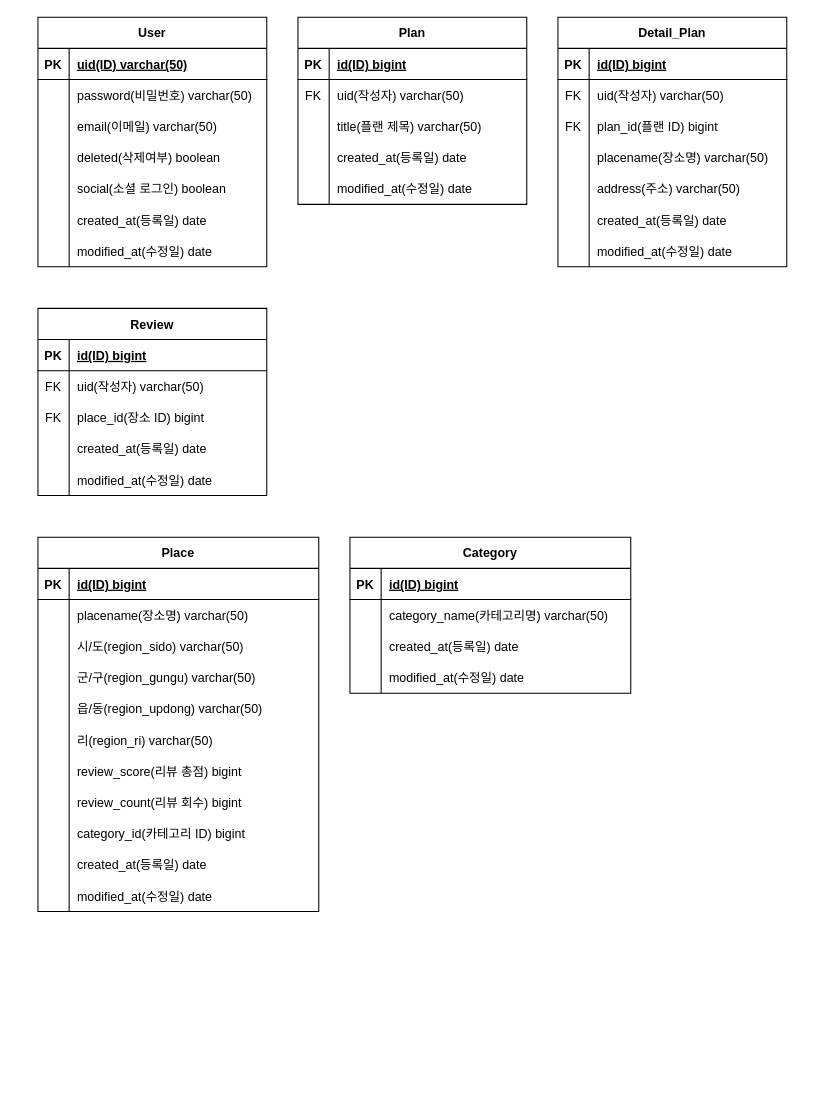
Earlier version of the draw.io diagram document/ERD.drawio (mrcocoball/cocoball-store). Source tidied: cells renumbered, new cells numbered last; positions are measured from the earlier drawing's top-left corner, leaving out a move shared by most shapes. Both pictures are drawn from the tidied source at 104%, with x=0, y=0 at pixel (37, 17).
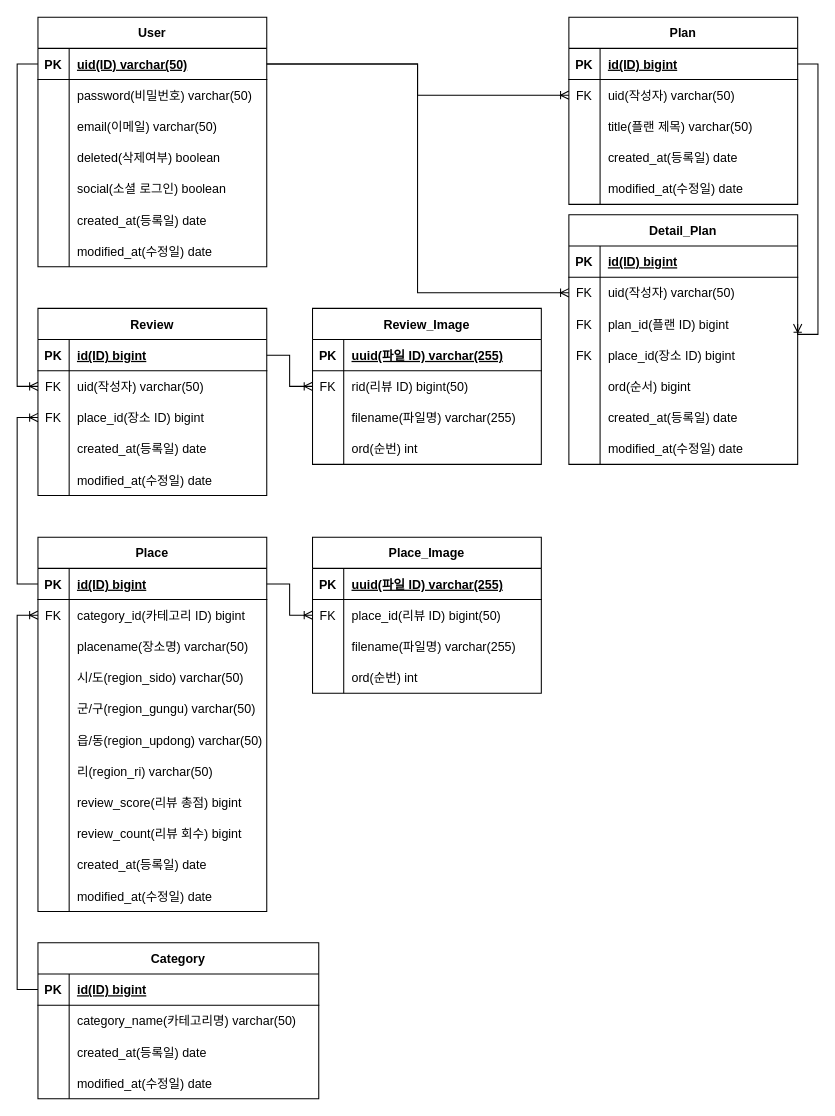
After the change.

Unchanged cells that the change refers to:
```xml
<mxCell id="3" style="shape=tableRow;horizontal=0;startSize=0;swimlaneHead=0;swimlaneBody=0;fillColor=none;points=[[0,0.5],[1,0.5]];portConstraint=eastwest;top=0;left=0;right=0;bottom=1;" parent="2" vertex="1">
  <mxGeometry y="30" width="220" height="30" as="geometry" />
</mxCell>
<mxCell id="25" style="shape=tableRow;horizontal=0;startSize=0;swimlaneHead=0;swimlaneBody=0;fillColor=none;points=[[0,0.5],[1,0.5]];portConstraint=eastwest;top=0;left=0;right=0;bottom=1;" parent="24" vertex="1">
  <mxGeometry y="30" width="220" height="30" as="geometry" />
</mxCell>
<mxCell id="28" style="shape=tableRow;horizontal=0;startSize=0;swimlaneHead=0;swimlaneBody=0;fillColor=none;points=[[0,0.5],[1,0.5]];portConstraint=eastwest;top=0;left=0;right=0;bottom=0;" parent="24" vertex="1">
  <mxGeometry y="60" width="220" height="30" as="geometry" />
</mxCell>
<mxCell id="44" style="shape=tableRow;horizontal=0;startSize=0;swimlaneHead=0;swimlaneBody=0;fillColor=none;points=[[0,0.5],[1,0.5]];portConstraint=eastwest;top=0;left=0;right=0;bottom=0;" parent="40" vertex="1">
  <mxGeometry y="60" width="220" height="30" as="geometry" />
</mxCell>
<mxCell id="47" style="shape=tableRow;horizontal=0;startSize=0;swimlaneHead=0;swimlaneBody=0;fillColor=none;points=[[0,0.5],[1,0.5]];portConstraint=eastwest;top=0;left=0;right=0;bottom=0;" parent="40" vertex="1">
  <mxGeometry y="90" width="220" height="30" as="geometry" />
</mxCell>
<mxCell id="50" style="shape=tableRow;horizontal=0;startSize=0;swimlaneHead=0;swimlaneBody=0;fillColor=none;top=0;left=0;right=0;bottom=0;" parent="40" vertex="1">
  <mxGeometry y="120" width="220" height="30" as="geometry" />
</mxCell>
<mxCell id="53" style="shape=tableRow;horizontal=0;startSize=0;swimlaneHead=0;swimlaneBody=0;fillColor=none;top=0;left=0;right=0;bottom=0;" parent="40" vertex="1">
  <mxGeometry y="150" width="220" height="30" as="geometry" />
</mxCell>
<mxCell id="97" style="shape=tableRow;horizontal=0;startSize=0;swimlaneHead=0;swimlaneBody=0;fillColor=none;points=[[0,0.5],[1,0.5]];portConstraint=eastwest;top=0;left=0;right=0;bottom=1;" parent="96" vertex="1">
  <mxGeometry y="30" width="220" height="30" as="geometry" />
</mxCell>
<mxCell id="100" style="shape=tableRow;horizontal=0;startSize=0;swimlaneHead=0;swimlaneBody=0;fillColor=none;points=[[0,0.5],[1,0.5]];portConstraint=eastwest;top=0;left=0;right=0;bottom=0;" parent="96" vertex="1">
  <mxGeometry y="60" width="220" height="30" as="geometry" />
</mxCell>
<mxCell id="103" style="shape=tableRow;horizontal=0;startSize=0;swimlaneHead=0;swimlaneBody=0;fillColor=none;points=[[0,0.5],[1,0.5]];portConstraint=eastwest;top=0;left=0;right=0;bottom=0;" parent="96" vertex="1">
  <mxGeometry y="90" width="220" height="30" as="geometry" />
</mxCell>
<mxCell id="113" style="shape=tableRow;horizontal=0;startSize=0;swimlaneHead=0;swimlaneBody=0;fillColor=none;points=[[0,0.5],[1,0.5]];portConstraint=eastwest;top=0;left=0;right=0;bottom=1;" parent="112" vertex="1">
  <mxGeometry y="30" width="270" height="30" as="geometry" />
</mxCell>
```

Change to the diagram source:
```diff
@@
     <mxCell id="24" value="Plan" style="shape=table;startSize=30;childLayout=tableLayout;rowLines=0;fontStyle=1;align=center;" parent="1" vertex="1">
-      <mxGeometry x="250" width="220" height="180" as="geometry" />
+      <mxGeometry x="510.5" width="220" height="180" as="geometry" />
     </mxCell>
@@
     <mxCell id="40" value="Detail_Plan" style="shape=table;startSize=30;childLayout=tableLayout;rowLines=0;fontStyle=1;align=center;" parent="1" vertex="1">
-      <mxGeometry x="500" width="220" height="240" as="geometry" />
+      <mxGeometry x="510.5" y="190" width="220" height="240" as="geometry" />
     </mxCell>
@@
-    <mxCell id="51" style="shape=partialRectangle;fillColor=none;top=0;left=0;bottom=0;right=0;overflow=hidden;" parent="50" vertex="1">
+    <mxCell id="51" value="FK" style="shape=partialRectangle;fillColor=none;top=0;left=0;bottom=0;right=0;overflow=hidden;" parent="50" vertex="1">
       <mxGeometry width="30" height="30" as="geometry" />
     </mxCell>
-    <mxCell id="52" value="placename(장소명) varchar(50)" style="shape=partialRectangle;fillColor=none;top=0;left=0;bottom=0;right=0;align=left;spacingLeft=6;overflow=hidden;" parent="50" vertex="1">
+    <mxCell id="52" value="place_id(장소 ID) bigint" style="shape=partialRectangle;fillColor=none;top=0;left=0;bottom=0;right=0;align=left;spacingLeft=6;overflow=hidden;" parent="50" vertex="1">
       <mxGeometry x="30" width="190" height="30" as="geometry" />
     </mxCell>
@@
-    <mxCell id="54" style="shape=partialRectangle;fillColor=none;top=0;left=0;bottom=0;right=0;overflow=hidden;" parent="53" vertex="1">
-      <mxGeometry width="30" height="30" as="geometry" />
-    </mxCell>
-    <mxCell id="55" value="address(주소) varchar(50)" style="shape=partialRectangle;fillColor=none;top=0;left=0;bottom=0;right=0;align=left;spacingLeft=6;overflow=hidden;" parent="53" vertex="1">
-      <mxGeometry x="30" width="190" height="30" as="geometry" />
-    </mxCell>
+    <mxCell id="125" style="shape=partialRectangle;fillColor=none;top=0;left=0;bottom=0;right=0;overflow=hidden;" parent="53" vertex="1">
+      <mxGeometry width="30" height="30" as="geometry" />
+    </mxCell>
+    <mxCell id="126" value="ord(순서) bigint" style="shape=partialRectangle;fillColor=none;top=0;left=0;bottom=0;right=0;align=left;spacingLeft=6;overflow=hidden;" parent="53" vertex="1">
+      <mxGeometry x="30" width="190" height="30" as="geometry" />
+    </mxCell>
@@
     <mxCell id="62" value="Place" style="shape=table;startSize=30;childLayout=tableLayout;rowLines=0;fontStyle=1;align=center;" parent="1" vertex="1">
-      <mxGeometry y="500" width="270" height="360" as="geometry" />
+      <mxGeometry y="500" width="220" height="360" as="geometry" />
     </mxCell>
     <mxCell id="63" style="shape=tableRow;horizontal=0;startSize=0;swimlaneHead=0;swimlaneBody=0;fillColor=none;points=[[0,0.5],[1,0.5]];portConstraint=eastwest;top=0;left=0;right=0;bottom=1;" parent="62" vertex="1">
-      <mxGeometry y="30" width="270" height="30" as="geometry" />
+      <mxGeometry y="30" width="220" height="30" as="geometry" />
     </mxCell>
@@
     <mxCell id="65" value="id(ID) bigint" style="shape=partialRectangle;fillColor=none;top=0;left=0;bottom=0;right=0;align=left;spacingLeft=6;fontStyle=5;overflow=hidden;" parent="63" vertex="1">
-      <mxGeometry x="30" width="240" height="30" as="geometry" />
+      <mxGeometry x="30" width="190" height="30" as="geometry" />
     </mxCell>
     <mxCell id="66" style="shape=tableRow;horizontal=0;startSize=0;swimlaneHead=0;swimlaneBody=0;fillColor=none;points=[[0,0.5],[1,0.5]];portConstraint=eastwest;top=0;left=0;right=0;bottom=0;" parent="62" vertex="1">
-      <mxGeometry y="60" width="270" height="30" as="geometry" />
+      <mxGeometry y="60" width="220" height="30" as="geometry" />
     </mxCell>
-    <mxCell id="67" style="shape=partialRectangle;fillColor=none;top=0;left=0;bottom=0;right=0;overflow=hidden;" parent="66" vertex="1">
+    <mxCell id="67" value="FK" style="shape=partialRectangle;fillColor=none;top=0;left=0;bottom=0;right=0;overflow=hidden;" parent="66" vertex="1">
       <mxGeometry width="30" height="30" as="geometry" />
     </mxCell>
-    <mxCell id="68" value="placename(장소명) varchar(50)" style="shape=partialRectangle;fillColor=none;top=0;left=0;bottom=0;right=0;align=left;spacingLeft=6;overflow=hidden;" parent="66" vertex="1">
-      <mxGeometry x="30" width="240" height="30" as="geometry" />
+    <mxCell id="68" value="category_id(카테고리 ID) bigint" style="shape=partialRectangle;fillColor=none;top=0;left=0;bottom=0;right=0;align=left;spacingLeft=6;overflow=hidden;" parent="66" vertex="1">
+      <mxGeometry x="30" width="190" height="30" as="geometry" />
     </mxCell>
+    <mxCell id="127" style="shape=tableRow;horizontal=0;startSize=0;swimlaneHead=0;swimlaneBody=0;fillColor=none;top=0;left=0;right=0;bottom=0;" parent="62" vertex="1">
+      <mxGeometry y="90" width="220" height="30" as="geometry" />
+    </mxCell>
+    <mxCell id="128" style="shape=partialRectangle;fillColor=none;top=0;left=0;bottom=0;right=0;overflow=hidden;" parent="127" vertex="1">
+      <mxGeometry width="30" height="30" as="geometry" />
+    </mxCell>
+    <mxCell id="129" value="placename(장소명) varchar(50)" style="shape=partialRectangle;fillColor=none;top=0;left=0;bottom=0;right=0;align=left;spacingLeft=6;overflow=hidden;" parent="127" vertex="1">
+      <mxGeometry x="30" width="190" height="30" as="geometry" />
+    </mxCell>
     <mxCell id="69" style="shape=tableRow;horizontal=0;startSize=0;swimlaneHead=0;swimlaneBody=0;fillColor=none;top=0;left=0;right=0;bottom=0;" parent="62" vertex="1">
-      <mxGeometry y="90" width="270" height="30" as="geometry" />
+      <mxGeometry y="120" width="220" height="30" as="geometry" />
     </mxCell>
@@
     <mxCell id="71" value="시/도(region_sido) varchar(50)" style="shape=partialRectangle;fillColor=none;top=0;left=0;bottom=0;right=0;align=left;spacingLeft=6;overflow=hidden;" parent="69" vertex="1">
-      <mxGeometry x="30" width="240" height="30" as="geometry" />
+      <mxGeometry x="30" width="190" height="30" as="geometry" />
     </mxCell>
     <mxCell id="72" style="shape=tableRow;horizontal=0;startSize=0;swimlaneHead=0;swimlaneBody=0;fillColor=none;top=0;left=0;right=0;bottom=0;" parent="62" vertex="1">
-      <mxGeometry y="120" width="270" height="30" as="geometry" />
+      <mxGeometry y="150" width="220" height="30" as="geometry" />
     </mxCell>
@@
     <mxCell id="74" value="군/구(region_gungu) varchar(50)" style="shape=partialRectangle;fillColor=none;top=0;left=0;bottom=0;right=0;align=left;spacingLeft=6;overflow=hidden;" parent="72" vertex="1">
-      <mxGeometry x="30" width="240" height="30" as="geometry" />
+      <mxGeometry x="30" width="190" height="30" as="geometry" />
     </mxCell>
     <mxCell id="75" style="shape=tableRow;horizontal=0;startSize=0;swimlaneHead=0;swimlaneBody=0;fillColor=none;top=0;left=0;right=0;bottom=0;" parent="62" vertex="1">
-      <mxGeometry y="150" width="270" height="30" as="geometry" />
+      <mxGeometry y="180" width="220" height="30" as="geometry" />
     </mxCell>
@@
     <mxCell id="77" value="읍/동(region_updong) varchar(50)" style="shape=partialRectangle;fillColor=none;top=0;left=0;bottom=0;right=0;align=left;spacingLeft=6;overflow=hidden;" parent="75" vertex="1">
-      <mxGeometry x="30" width="240" height="30" as="geometry" />
+      <mxGeometry x="30" width="190" height="30" as="geometry" />
     </mxCell>
     <mxCell id="78" style="shape=tableRow;horizontal=0;startSize=0;swimlaneHead=0;swimlaneBody=0;fillColor=none;top=0;left=0;right=0;bottom=0;" parent="62" vertex="1">
-      <mxGeometry y="180" width="270" height="30" as="geometry" />
+      <mxGeometry y="210" width="220" height="30" as="geometry" />
     </mxCell>
@@
     <mxCell id="80" value="리(region_ri) varchar(50)" style="shape=partialRectangle;fillColor=none;top=0;left=0;bottom=0;right=0;align=left;spacingLeft=6;overflow=hidden;" parent="78" vertex="1">
-      <mxGeometry x="30" width="240" height="30" as="geometry" />
+      <mxGeometry x="30" width="190" height="30" as="geometry" />
     </mxCell>
     <mxCell id="81" style="shape=tableRow;horizontal=0;startSize=0;swimlaneHead=0;swimlaneBody=0;fillColor=none;top=0;left=0;right=0;bottom=0;" parent="62" vertex="1">
-      <mxGeometry y="210" width="270" height="30" as="geometry" />
+      <mxGeometry y="240" width="220" height="30" as="geometry" />
     </mxCell>
@@
     <mxCell id="83" value="review_score(리뷰 총점) bigint" style="shape=partialRectangle;fillColor=none;top=0;left=0;bottom=0;right=0;align=left;spacingLeft=6;overflow=hidden;" parent="81" vertex="1">
-      <mxGeometry x="30" width="240" height="30" as="geometry" />
+      <mxGeometry x="30" width="190" height="30" as="geometry" />
     </mxCell>
     <mxCell id="84" style="shape=tableRow;horizontal=0;startSize=0;swimlaneHead=0;swimlaneBody=0;fillColor=none;top=0;left=0;right=0;bottom=0;" parent="62" vertex="1">
-      <mxGeometry y="240" width="270" height="30" as="geometry" />
+      <mxGeometry y="270" width="220" height="30" as="geometry" />
     </mxCell>
@@
     <mxCell id="86" value="review_count(리뷰 회수) bigint" style="shape=partialRectangle;fillColor=none;top=0;left=0;bottom=0;right=0;align=left;spacingLeft=6;overflow=hidden;" parent="84" vertex="1">
-      <mxGeometry x="30" width="240" height="30" as="geometry" />
+      <mxGeometry x="30" width="190" height="30" as="geometry" />
     </mxCell>
-    <mxCell id="87" style="shape=tableRow;horizontal=0;startSize=0;swimlaneHead=0;swimlaneBody=0;fillColor=none;top=0;left=0;right=0;bottom=0;" parent="62" vertex="1">
-      <mxGeometry y="270" width="270" height="30" as="geometry" />
-    </mxCell>
-    <mxCell id="88" style="shape=partialRectangle;fillColor=none;top=0;left=0;bottom=0;right=0;overflow=hidden;" parent="87" vertex="1">
-      <mxGeometry width="30" height="30" as="geometry" />
-    </mxCell>
-    <mxCell id="89" value="category_id(카테고리 ID) bigint" style="shape=partialRectangle;fillColor=none;top=0;left=0;bottom=0;right=0;align=left;spacingLeft=6;overflow=hidden;" parent="87" vertex="1">
-      <mxGeometry x="30" width="240" height="30" as="geometry" />
-    </mxCell>
     <mxCell id="90" style="shape=tableRow;horizontal=0;startSize=0;swimlaneHead=0;swimlaneBody=0;fillColor=none;top=0;left=0;right=0;bottom=0;" parent="62" vertex="1">
-      <mxGeometry y="300" width="270" height="30" as="geometry" />
+      <mxGeometry y="300" width="220" height="30" as="geometry" />
     </mxCell>
@@
     <mxCell id="92" value="created_at(등록일) date" style="shape=partialRectangle;fillColor=none;top=0;left=0;bottom=0;right=0;align=left;spacingLeft=6;overflow=hidden;" parent="90" vertex="1">
-      <mxGeometry x="30" width="240" height="30" as="geometry" />
+      <mxGeometry x="30" width="190" height="30" as="geometry" />
     </mxCell>
     <mxCell id="93" style="shape=tableRow;horizontal=0;startSize=0;swimlaneHead=0;swimlaneBody=0;fillColor=none;top=0;left=0;right=0;bottom=0;" parent="62" vertex="1">
-      <mxGeometry y="330" width="270" height="30" as="geometry" />
+      <mxGeometry y="330" width="220" height="30" as="geometry" />
     </mxCell>
@@
     <mxCell id="95" value="modified_at(수정일) date" style="shape=partialRectangle;fillColor=none;top=0;left=0;bottom=0;right=0;align=left;spacingLeft=6;overflow=hidden;" parent="93" vertex="1">
-      <mxGeometry x="30" width="240" height="30" as="geometry" />
+      <mxGeometry x="30" width="190" height="30" as="geometry" />
     </mxCell>
@@
     <mxCell id="112" value="Category" style="shape=table;startSize=30;childLayout=tableLayout;rowLines=0;fontStyle=1;align=center;" parent="1" vertex="1">
-      <mxGeometry x="300" y="500" width="270" height="150" as="geometry" />
+      <mxGeometry y="890" width="270" height="150" as="geometry" />
     </mxCell>
@@
+    <mxCell id="130" style="edgeStyle=elbowEdgeStyle;fontSize=12;html=1;endArrow=ERoneToMany;rounded=0;entryX=0;entryY=0.5;entryDx=0;entryDy=0;exitX=1;exitY=0.5;exitDx=0;exitDy=0;" parent="1" edge="1" source="3" target="28">
+      <mxGeometry relative="1" as="geometry" />
+    </mxCell>
+    <mxCell id="131" style="edgeStyle=orthogonalEdgeStyle;fontSize=12;html=1;endArrow=ERoneToMany;rounded=0;entryX=1;entryY=0.5;entryDx=0;entryDy=0;exitX=1;exitY=0.5;exitDx=0;exitDy=0;" parent="1" edge="1" source="25" target="47">
+      <mxGeometry relative="1" as="geometry">
+        <Array as="points">
+          <mxPoint x="750" y="45" />
+          <mxPoint x="750" y="305" />
+        </Array>
+      </mxGeometry>
+    </mxCell>
+    <mxCell id="132" style="edgeStyle=elbowEdgeStyle;fontSize=12;html=1;endArrow=ERoneToMany;rounded=0;entryX=0;entryY=0.5;entryDx=0;entryDy=0;exitX=1;exitY=0.5;exitDx=0;exitDy=0;" parent="1" edge="1" source="3" target="44">
+      <mxGeometry relative="1" as="geometry" />
+    </mxCell>
+    <mxCell id="133" style="edgeStyle=elbowEdgeStyle;fontSize=12;html=1;endArrow=ERoneToMany;rounded=0;entryX=0;entryY=0.5;entryDx=0;entryDy=0;exitX=0;exitY=0.5;exitDx=0;exitDy=0;" parent="1" edge="1" source="3" target="100">
+      <mxGeometry relative="1" as="geometry">
+        <Array as="points">
+          <mxPoint x="-20" y="190" />
+        </Array>
+      </mxGeometry>
+    </mxCell>
+    <mxCell id="134" style="edgeStyle=elbowEdgeStyle;fontSize=12;html=1;endArrow=ERoneToMany;rounded=0;entryX=0;entryY=0.5;entryDx=0;entryDy=0;exitX=0;exitY=0.5;exitDx=0;exitDy=0;" parent="1" edge="1" source="63" target="103">
+      <mxGeometry relative="1" as="geometry">
+        <Array as="points">
+          <mxPoint x="-20" y="460" />
+        </Array>
+      </mxGeometry>
+    </mxCell>
+    <mxCell id="135" style="edgeStyle=elbowEdgeStyle;fontSize=12;html=1;endArrow=ERoneToMany;rounded=0;entryX=0;entryY=0.5;entryDx=0;entryDy=0;exitX=0;exitY=0.5;exitDx=0;exitDy=0;" parent="1" edge="1" source="113" target="66">
+      <mxGeometry relative="1" as="geometry">
+        <Array as="points">
+          <mxPoint x="-20" y="750" />
+        </Array>
+      </mxGeometry>
+    </mxCell>
+    <mxCell id="136" value="Review_Image" style="shape=table;startSize=30;childLayout=tableLayout;rowLines=0;fontStyle=1;align=center;" parent="1" vertex="1">
+      <mxGeometry x="264" y="280" width="220" height="150" as="geometry" />
+    </mxCell>
+    <mxCell id="137" style="shape=tableRow;horizontal=0;startSize=0;swimlaneHead=0;swimlaneBody=0;fillColor=none;top=0;left=0;right=0;bottom=1;" parent="136" vertex="1">
+      <mxGeometry y="30" width="220" height="30" as="geometry" />
+    </mxCell>
+    <mxCell id="138" value="PK" style="shape=partialRectangle;fillColor=none;top=0;left=0;bottom=0;right=0;fontStyle=1;overflow=hidden;" parent="137" vertex="1">
+      <mxGeometry width="30" height="30" as="geometry" />
+    </mxCell>
+    <mxCell id="139" value="uuid(파일 ID) varchar(255)" style="shape=partialRectangle;fillColor=none;top=0;left=0;bottom=0;right=0;align=left;spacingLeft=6;fontStyle=5;overflow=hidden;" parent="137" vertex="1">
+      <mxGeometry x="30" width="190" height="30" as="geometry" />
+    </mxCell>
+    <mxCell id="140" style="shape=tableRow;horizontal=0;startSize=0;swimlaneHead=0;swimlaneBody=0;fillColor=none;points=[[0,0.5],[1,0.5]];portConstraint=eastwest;top=0;left=0;right=0;bottom=0;" parent="136" vertex="1">
+      <mxGeometry y="60" width="220" height="30" as="geometry" />
+    </mxCell>
+    <mxCell id="141" value="FK" style="shape=partialRectangle;fillColor=none;top=0;left=0;bottom=0;right=0;overflow=hidden;" parent="140" vertex="1">
+      <mxGeometry width="30" height="30" as="geometry" />
+    </mxCell>
+    <mxCell id="142" value="rid(리뷰 ID) bigint(50)" style="shape=partialRectangle;fillColor=none;top=0;left=0;bottom=0;right=0;align=left;spacingLeft=6;overflow=hidden;" parent="140" vertex="1">
+      <mxGeometry x="30" width="190" height="30" as="geometry" />
+    </mxCell>
+    <mxCell id="143" style="shape=tableRow;horizontal=0;startSize=0;swimlaneHead=0;swimlaneBody=0;fillColor=none;top=0;left=0;right=0;bottom=0;" parent="136" vertex="1">
+      <mxGeometry y="90" width="220" height="30" as="geometry" />
+    </mxCell>
+    <mxCell id="144" style="shape=partialRectangle;fillColor=none;top=0;left=0;bottom=0;right=0;overflow=hidden;" parent="143" vertex="1">
+      <mxGeometry width="30" height="30" as="geometry" />
+    </mxCell>
+    <mxCell id="145" value="filename(파일명) varchar(255)" style="shape=partialRectangle;fillColor=none;top=0;left=0;bottom=0;right=0;align=left;spacingLeft=6;overflow=hidden;" parent="143" vertex="1">
+      <mxGeometry x="30" width="190" height="30" as="geometry" />
+    </mxCell>
+    <mxCell id="146" style="shape=tableRow;horizontal=0;startSize=0;swimlaneHead=0;swimlaneBody=0;fillColor=none;top=0;left=0;right=0;bottom=0;" parent="136" vertex="1">
+      <mxGeometry y="120" width="220" height="30" as="geometry" />
+    </mxCell>
+    <mxCell id="147" style="shape=partialRectangle;fillColor=none;top=0;left=0;bottom=0;right=0;overflow=hidden;" parent="146" vertex="1">
+      <mxGeometry width="30" height="30" as="geometry" />
+    </mxCell>
+    <mxCell id="148" value="ord(순번) int" style="shape=partialRectangle;fillColor=none;top=0;left=0;bottom=0;right=0;align=left;spacingLeft=6;overflow=hidden;" parent="146" vertex="1">
+      <mxGeometry x="30" width="190" height="30" as="geometry" />
+    </mxCell>
+    <mxCell id="149" style="edgeStyle=elbowEdgeStyle;fontSize=12;html=1;endArrow=ERoneToMany;rounded=0;entryX=0;entryY=0.5;entryDx=0;entryDy=0;exitX=1;exitY=0.5;exitDx=0;exitDy=0;" parent="1" edge="1" source="97" target="140">
+      <mxGeometry relative="1" as="geometry" />
+    </mxCell>
+    <mxCell id="150" value="Place_Image" style="shape=table;startSize=30;childLayout=tableLayout;rowLines=0;fontStyle=1;align=center;" parent="1" vertex="1">
+      <mxGeometry x="264" y="500" width="220" height="150" as="geometry" />
+    </mxCell>
+    <mxCell id="151" style="shape=tableRow;horizontal=0;startSize=0;swimlaneHead=0;swimlaneBody=0;fillColor=none;top=0;left=0;right=0;bottom=1;" parent="150" vertex="1">
+      <mxGeometry y="30" width="220" height="30" as="geometry" />
+    </mxCell>
+    <mxCell id="152" value="PK" style="shape=partialRectangle;fillColor=none;top=0;left=0;bottom=0;right=0;fontStyle=1;overflow=hidden;" parent="151" vertex="1">
+      <mxGeometry width="30" height="30" as="geometry" />
+    </mxCell>
+    <mxCell id="153" value="uuid(파일 ID) varchar(255)" style="shape=partialRectangle;fillColor=none;top=0;left=0;bottom=0;right=0;align=left;spacingLeft=6;fontStyle=5;overflow=hidden;" parent="151" vertex="1">
+      <mxGeometry x="30" width="190" height="30" as="geometry" />
+    </mxCell>
+    <mxCell id="154" style="shape=tableRow;horizontal=0;startSize=0;swimlaneHead=0;swimlaneBody=0;fillColor=none;points=[[0,0.5],[1,0.5]];portConstraint=eastwest;top=0;left=0;right=0;bottom=0;" parent="150" vertex="1">
+      <mxGeometry y="60" width="220" height="30" as="geometry" />
+    </mxCell>
+    <mxCell id="155" value="FK" style="shape=partialRectangle;fillColor=none;top=0;left=0;bottom=0;right=0;overflow=hidden;" parent="154" vertex="1">
+      <mxGeometry width="30" height="30" as="geometry" />
+    </mxCell>
+    <mxCell id="156" value="place_id(리뷰 ID) bigint(50)" style="shape=partialRectangle;fillColor=none;top=0;left=0;bottom=0;right=0;align=left;spacingLeft=6;overflow=hidden;" parent="154" vertex="1">
+      <mxGeometry x="30" width="190" height="30" as="geometry" />
+    </mxCell>
+    <mxCell id="157" style="shape=tableRow;horizontal=0;startSize=0;swimlaneHead=0;swimlaneBody=0;fillColor=none;top=0;left=0;right=0;bottom=0;" parent="150" vertex="1">
+      <mxGeometry y="90" width="220" height="30" as="geometry" />
+    </mxCell>
+    <mxCell id="158" style="shape=partialRectangle;fillColor=none;top=0;left=0;bottom=0;right=0;overflow=hidden;" parent="157" vertex="1">
+      <mxGeometry width="30" height="30" as="geometry" />
+    </mxCell>
+    <mxCell id="159" value="filename(파일명) varchar(255)" style="shape=partialRectangle;fillColor=none;top=0;left=0;bottom=0;right=0;align=left;spacingLeft=6;overflow=hidden;" parent="157" vertex="1">
+      <mxGeometry x="30" width="190" height="30" as="geometry" />
+    </mxCell>
+    <mxCell id="160" style="shape=tableRow;horizontal=0;startSize=0;swimlaneHead=0;swimlaneBody=0;fillColor=none;top=0;left=0;right=0;bottom=0;" parent="150" vertex="1">
+      <mxGeometry y="120" width="220" height="30" as="geometry" />
+    </mxCell>
+    <mxCell id="161" style="shape=partialRectangle;fillColor=none;top=0;left=0;bottom=0;right=0;overflow=hidden;" parent="160" vertex="1">
+      <mxGeometry width="30" height="30" as="geometry" />
+    </mxCell>
+    <mxCell id="162" value="ord(순번) int" style="shape=partialRectangle;fillColor=none;top=0;left=0;bottom=0;right=0;align=left;spacingLeft=6;overflow=hidden;" parent="160" vertex="1">
+      <mxGeometry x="30" width="190" height="30" as="geometry" />
+    </mxCell>
+    <mxCell id="163" style="edgeStyle=elbowEdgeStyle;fontSize=12;html=1;endArrow=ERoneToMany;rounded=0;entryX=0;entryY=0.5;entryDx=0;entryDy=0;exitX=1;exitY=0.5;exitDx=0;exitDy=0;" parent="1" edge="1" source="63" target="154">
+      <mxGeometry relative="1" as="geometry" />
+    </mxCell>
```
